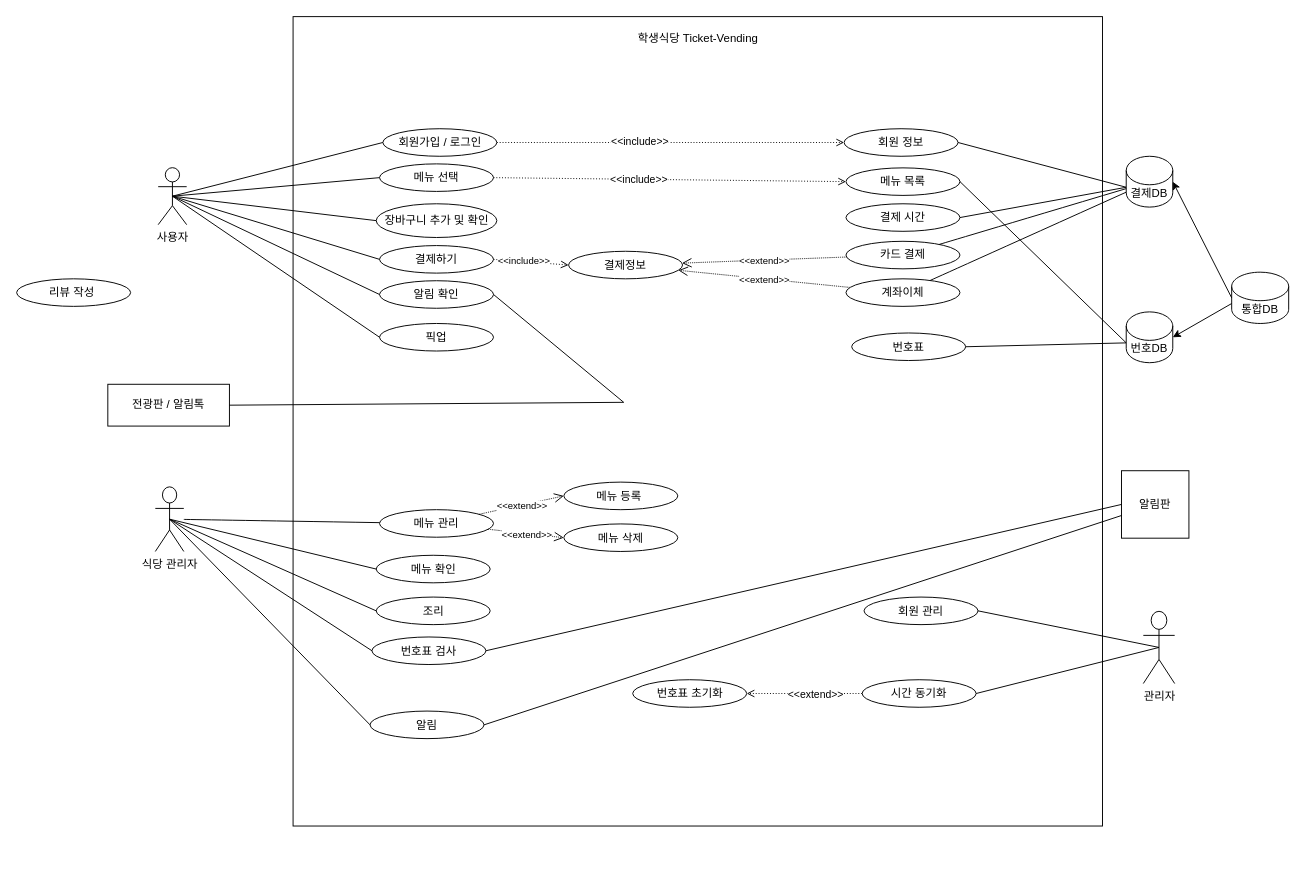
Earlier version of the draw.io diagram Student-cafeteria.drawio (four-idiots-team/student-cafteria-ticket-vending). Source tidied: cells renumbered, new cells numbered last; positions are measured from the earlier drawing's top-left corner, leaving out a move shared by most shapes. Both pictures are drawn from the tidied source at 95%, with x=0, y=0 at pixel (16, 16).
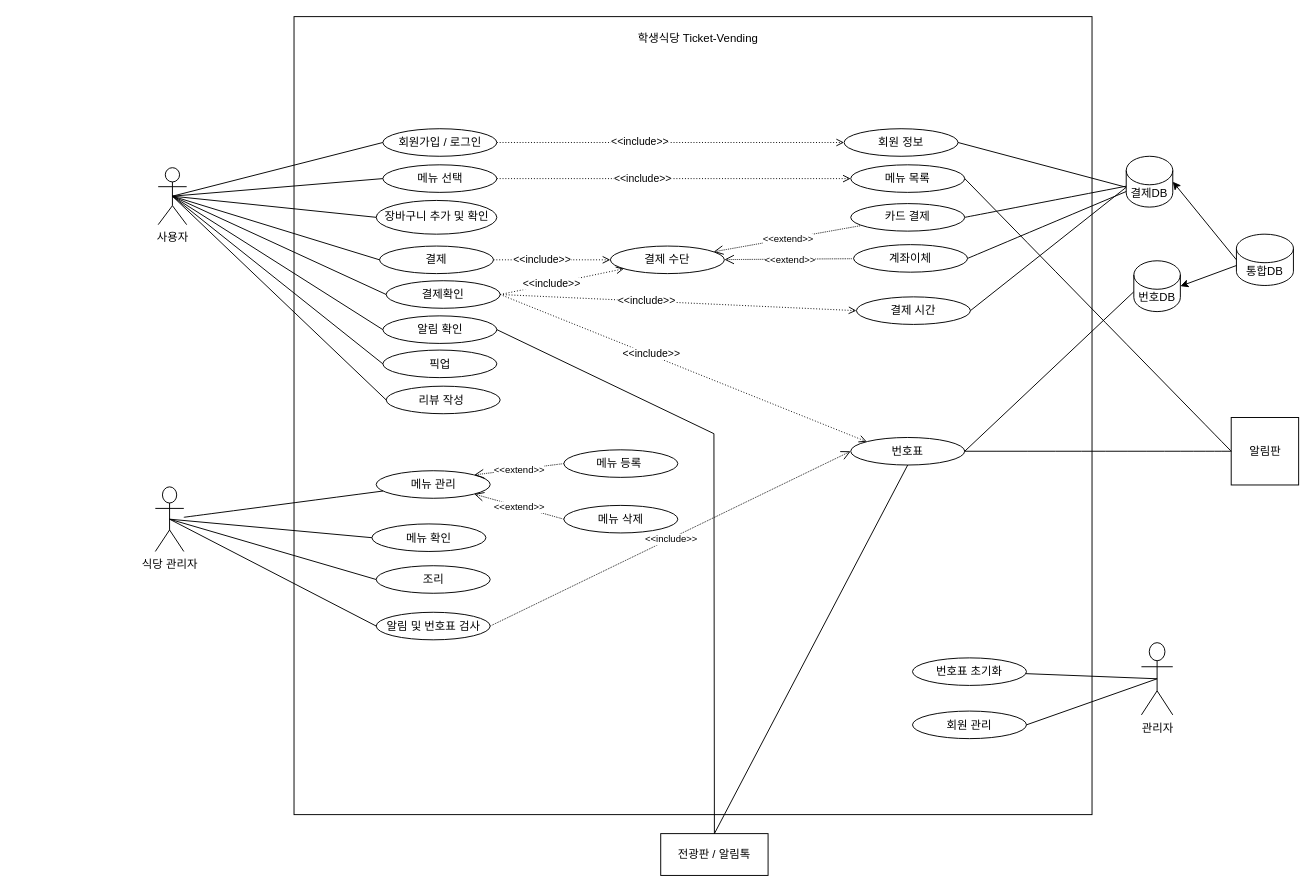
The same diagram, later.

The change refers to these unchanged cells:
```xml
<mxCell id="2" value="사용자" style="shape=umlActor;verticalLabelPosition=bottom;verticalAlign=top;html=1;outlineConnect=0;" parent="1" vertex="1">
  <mxGeometry x="149" y="159" width="30" height="60" as="geometry" />
</mxCell>
<mxCell id="5" value="식당 관리자" style="shape=umlActor;verticalLabelPosition=bottom;verticalAlign=top;html=1;outlineConnect=0;" parent="1" vertex="1">
  <mxGeometry x="146" y="495" width="30" height="68" as="geometry" />
</mxCell>
<mxCell id="36" value="결제DB" style="shape=cylinder3;whiteSpace=wrap;html=1;boundedLbl=1;backgroundOutline=1;size=15;" parent="1" vertex="1">
  <mxGeometry x="1168" y="147" width="49" height="53.5" as="geometry" />
</mxCell>
```

Diff of the diagram source:
```diff
@@
     <mxCell id="3" style="whiteSpace=wrap;html=1;" parent="1" vertex="1">
-      <mxGeometry x="291" width="852" height="852" as="geometry" />
+      <mxGeometry x="292" width="840" height="840" as="geometry" />
     </mxCell>
@@
     <mxCell id="6" value="관리자" style="shape=umlActor;verticalLabelPosition=bottom;verticalAlign=top;html=1;outlineConnect=0;" parent="1" vertex="1">
-      <mxGeometry x="1186" y="626" width="33" height="76" as="geometry" />
+      <mxGeometry x="1184" y="659" width="33" height="76" as="geometry" />
     </mxCell>
     <mxCell id="7" value="메뉴 선택" style="ellipse;whiteSpace=wrap;html=1;" parent="1" vertex="1">
-      <mxGeometry x="382" y="155" width="120" height="29" as="geometry" />
+      <mxGeometry x="385.5" y="156" width="120" height="29" as="geometry" />
     </mxCell>
-    <mxCell id="8" value="결제하기" style="ellipse;whiteSpace=wrap;html=1;" parent="1" vertex="1">
-      <mxGeometry x="382" y="241" width="120" height="29" as="geometry" />
+    <mxCell id="8" value="결제" style="ellipse;whiteSpace=wrap;html=1;" parent="1" vertex="1">
+      <mxGeometry x="382" y="241.5" width="120" height="29" as="geometry" />
     </mxCell>
@@
     <mxCell id="10" value="조리" style="ellipse;whiteSpace=wrap;html=1;" parent="1" vertex="1">
-      <mxGeometry x="378.5" y="611" width="120" height="29" as="geometry" />
+      <mxGeometry x="378.5" y="578" width="120" height="29" as="geometry" />
     </mxCell>
-    <mxCell id="11" value="번호표 검사" style="ellipse;whiteSpace=wrap;html=1;" parent="1" vertex="1">
-      <mxGeometry x="374" y="653" width="120" height="29" as="geometry" />
+    <mxCell id="11" value="알림 및 번호표 검사" style="ellipse;whiteSpace=wrap;html=1;" parent="1" vertex="1">
+      <mxGeometry x="378.5" y="627" width="120" height="29" as="geometry" />
     </mxCell>
     <mxCell id="12" value="메뉴 확인" style="ellipse;whiteSpace=wrap;html=1;" parent="1" vertex="1">
-      <mxGeometry x="378.5" y="567" width="120" height="29" as="geometry" />
+      <mxGeometry x="374" y="534" width="120" height="29" as="geometry" />
     </mxCell>
-    <mxCell id="13" value="알림" style="ellipse;whiteSpace=wrap;html=1;" parent="1" vertex="1">
-      <mxGeometry x="372" y="731" width="120" height="29" as="geometry" />
-    </mxCell>
     <mxCell id="14" value="알림 확인" style="ellipse;whiteSpace=wrap;html=1;" parent="1" vertex="1">
-      <mxGeometry x="382" y="278" width="120" height="29" as="geometry" />
+      <mxGeometry x="385.5" y="315" width="120" height="29" as="geometry" />
     </mxCell>
-    <mxCell id="15" value="시간 동기화" style="ellipse;whiteSpace=wrap;html=1;" parent="1" vertex="1">
-      <mxGeometry x="890" y="698" width="120" height="29" as="geometry" />
-    </mxCell>
     <mxCell id="16" value="번호표 초기화" style="ellipse;whiteSpace=wrap;html=1;" parent="1" vertex="1">
-      <mxGeometry x="648.5" y="698" width="120" height="29" as="geometry" />
+      <mxGeometry x="943" y="675" width="120" height="29" as="geometry" />
     </mxCell>
     <mxCell id="17" value="회원 관리" style="ellipse;whiteSpace=wrap;html=1;" parent="1" vertex="1">
-      <mxGeometry x="892" y="611" width="120" height="29" as="geometry" />
+      <mxGeometry x="943" y="731" width="120" height="29" as="geometry" />
     </mxCell>
@@
     <mxCell id="19" value="번호표" style="ellipse;whiteSpace=wrap;html=1;" parent="1" vertex="1">
-      <mxGeometry x="879" y="333" width="120" height="29" as="geometry" />
+      <mxGeometry x="878" y="443" width="120" height="29" as="geometry" />
     </mxCell>
     <mxCell id="20" value="결제 시간" style="ellipse;whiteSpace=wrap;html=1;" parent="1" vertex="1">
-      <mxGeometry x="873" y="197" width="120" height="29" as="geometry" />
+      <mxGeometry x="884" y="295" width="120" height="29" as="geometry" />
     </mxCell>
     <mxCell id="21" value="메뉴 목록" style="ellipse;whiteSpace=wrap;html=1;" parent="1" vertex="1">
-      <mxGeometry x="873" y="159.2" width="120" height="29" as="geometry" />
+      <mxGeometry x="878" y="156" width="120" height="29" as="geometry" />
     </mxCell>
-    <mxCell id="22" value="결제정보" style="ellipse;whiteSpace=wrap;html=1;" parent="1" vertex="1">
-      <mxGeometry x="581" y="247" width="120" height="29" as="geometry" />
+    <mxCell id="22" value="결제 수단" style="ellipse;whiteSpace=wrap;html=1;" parent="1" vertex="1">
+      <mxGeometry x="625" y="241.5" width="120" height="29" as="geometry" />
     </mxCell>
@@
-    <mxCell id="31" style="endArrow=none;html=1;rounded=0;exitX=0.5;exitY=0.5;exitDx=0;exitDy=0;exitPerimeter=0;entryX=0;entryY=0.5;entryDx=0;entryDy=0;" parent="1" edge="1" source="5" target="13">
-      <mxGeometry relative="1" as="geometry" />
-    </mxCell>
@@
-    <mxCell id="33" style="endArrow=none;html=1;rounded=0;exitX=1;exitY=0.5;exitDx=0;exitDy=0;entryX=0;entryY=0;entryDx=0;entryDy=32.625;entryPerimeter=0;" parent="1" edge="1" source="21" target="45">
-      <mxGeometry relative="1" as="geometry" />
-    </mxCell>
@@
-    <mxCell id="38" style="endArrow=none;html=1;rounded=0;exitX=0.5;exitY=0.5;exitDx=0;exitDy=0;exitPerimeter=0;entryX=1;entryY=0.5;entryDx=0;entryDy=0;" parent="1" edge="1" source="6" target="15">
+    <mxCell id="38" style="endArrow=none;html=1;rounded=0;exitX=0.5;exitY=0.5;exitDx=0;exitDy=0;exitPerimeter=0;" parent="1" edge="1" source="6" target="16">
       <mxGeometry relative="1" as="geometry" />
     </mxCell>
@@
-    <mxCell id="43" style="endArrow=open;html=1;rounded=0;dashed=1;dashPattern=1 2;endFill=0;exitX=1;exitY=0.5;exitDx=0;exitDy=0;entryX=0;entryY=0.5;entryDx=0;entryDy=0;" parent="1" edge="1" source="8" target="22">
-      <mxGeometry relative="1" as="geometry" />
-    </mxCell>
-    <mxCell id="44" value="&amp;lt;&amp;lt;include&amp;gt;&amp;gt;" style="edgeLabel;html=1;align=center;verticalAlign=middle;fontSize=10;" parent="43" vertex="1">
-      <mxGeometry x="-0.18" y="1" relative="1" as="geometry" />
-    </mxCell>
     <mxCell id="45" value="번호DB" style="shape=cylinder3;whiteSpace=wrap;html=1;boundedLbl=1;backgroundOutline=1;size=15;" parent="1" vertex="1">
-      <mxGeometry x="1168" y="310.8" width="49" height="53.5" as="geometry" />
+      <mxGeometry x="1176" y="257" width="49" height="53.5" as="geometry" />
     </mxCell>
     <mxCell id="46" value="통합DB" style="shape=cylinder3;whiteSpace=wrap;html=1;boundedLbl=1;backgroundOutline=1;size=15;" parent="1" vertex="1">
-      <mxGeometry x="1279" y="269" width="60" height="54" as="geometry" />
+      <mxGeometry x="1284" y="229" width="60" height="54" as="geometry" />
     </mxCell>
-    <mxCell id="47" style="edgeStyle=orthogonalEdgeStyle;rounded=0;orthogonalLoop=1;jettySize=auto;html=1;exitX=0.5;exitY=1;exitDx=0;exitDy=0;" parent="1" edge="1" source="15" target="15">
-      <mxGeometry relative="1" as="geometry" />
+    <mxCell id="47" style="edgeStyle=orthogonalEdgeStyle;rounded=0;orthogonalLoop=1;jettySize=auto;html=1;exitX=0.5;exitY=1;exitDx=0;exitDy=0;" parent="1" edge="1">
+      <mxGeometry relative="1" as="geometry">
+        <mxPoint x="950" y="727" as="sourcePoint" />
+        <mxPoint x="950" y="727" as="targetPoint" />
+      </mxGeometry>
     </mxCell>
     <mxCell id="48" value="메뉴 등록&amp;nbsp;" style="ellipse;whiteSpace=wrap;html=1;" parent="1" vertex="1">
-      <mxGeometry x="576" y="490" width="120" height="29" as="geometry" />
+      <mxGeometry x="576" y="456" width="120" height="29" as="geometry" />
     </mxCell>
     <mxCell id="49" value="메뉴 삭제" style="ellipse;whiteSpace=wrap;html=1;" parent="1" vertex="1">
-      <mxGeometry x="576" y="534" width="120" height="29" as="geometry" />
+      <mxGeometry x="576" y="514.5" width="120" height="29" as="geometry" />
     </mxCell>
     <mxCell id="50" value="전광판 / 알림톡" style="rounded=0;whiteSpace=wrap;html=1;" parent="1" vertex="1">
-      <mxGeometry x="96" y="387" width="128" height="44" as="geometry" />
+      <mxGeometry x="678" y="860" width="113" height="44" as="geometry" />
     </mxCell>
@@
     <mxCell id="52" value="픽업" style="ellipse;whiteSpace=wrap;html=1;" parent="1" vertex="1">
-      <mxGeometry x="382" y="323" width="120" height="29" as="geometry" />
+      <mxGeometry x="385.5" y="351" width="120" height="29" as="geometry" />
     </mxCell>
     <mxCell id="53" value="리뷰 작성&amp;nbsp;" style="ellipse;whiteSpace=wrap;html=1;" parent="1" vertex="1">
-      <mxGeometry y="276" width="120" height="29" as="geometry" />
+      <mxGeometry x="389" y="389" width="120" height="29" as="geometry" />
     </mxCell>
@@
     <mxCell id="55" value="알림판" style="whiteSpace=wrap;html=1;" parent="1" vertex="1">
-      <mxGeometry x="1163" y="478" width="71" height="71" as="geometry" />
+      <mxGeometry x="1278.5" y="422" width="71" height="71" as="geometry" />
     </mxCell>
@@
-    <mxCell id="58" style="endArrow=none;html=1;rounded=0;entryX=1;entryY=0.5;entryDx=0;entryDy=0;exitX=1;exitY=0.5;exitDx=0;exitDy=0;" parent="1" edge="1" source="50" target="14">
+    <mxCell id="58" style="endArrow=none;html=1;rounded=0;entryX=1;entryY=0.5;entryDx=0;entryDy=0;exitX=0.5;exitY=0;exitDx=0;exitDy=0;" parent="1" edge="1" source="50" target="14">
       <mxGeometry relative="1" as="geometry">
         <Array as="points">
-          <mxPoint x="639" y="406" />
+          <mxPoint x="734" y="439" />
         </Array>
       </mxGeometry>
     </mxCell>
-    <mxCell id="59" style="endArrow=none;html=1;rounded=0;exitX=1;exitY=0.5;exitDx=0;exitDy=0;entryX=0;entryY=0.5;entryDx=0;entryDy=0;" parent="1" edge="1" source="11" target="55">
-      <mxGeometry relative="1" as="geometry" />
-    </mxCell>
-    <mxCell id="60" style="endArrow=none;html=1;rounded=0;exitX=1;exitY=0.5;exitDx=0;exitDy=0;" parent="1" edge="1" source="13" target="55">
-      <mxGeometry relative="1" as="geometry" />
-    </mxCell>
-    <mxCell id="61" style="endArrow=open;html=1;rounded=0;dashed=1;dashPattern=1 2;endFill=0;exitX=0;exitY=0.5;exitDx=0;exitDy=0;entryX=1;entryY=0.5;entryDx=0;entryDy=0;" parent="1" edge="1" source="15" target="16">
-      <mxGeometry relative="1" as="geometry" />
-    </mxCell>
-    <mxCell id="62" value="&amp;lt;&amp;lt;extend&amp;gt;&amp;gt;" style="edgeLabel;html=1;align=center;verticalAlign=middle;" parent="61" vertex="1">
-      <mxGeometry x="-0.18" y="1" relative="1" as="geometry" />
-    </mxCell>
     <mxCell id="63" value="장바구니 추가 및 확인" style="ellipse;whiteSpace=wrap;html=1;" parent="1" vertex="1">
-      <mxGeometry x="378.5" y="197" width="127" height="35.5" as="geometry" />
+      <mxGeometry x="378.5" y="193.5" width="127" height="35.5" as="geometry" />
     </mxCell>
@@
     <mxCell id="67" value="계좌이체" style="ellipse;whiteSpace=wrap;html=1;" parent="1" vertex="1">
-      <mxGeometry x="873" y="276" width="120" height="29" as="geometry" />
+      <mxGeometry x="881" y="240" width="120" height="29" as="geometry" />
     </mxCell>
@@
     <mxCell id="70" value="카드 결제" style="ellipse;whiteSpace=wrap;html=1;" parent="1" vertex="1">
-      <mxGeometry x="873" y="236.5" width="120" height="29" as="geometry" />
+      <mxGeometry x="878" y="196.8" width="120" height="29" as="geometry" />
     </mxCell>
@@
-    <mxCell id="72" style="endArrow=none;html=1;rounded=0;fontSize=12;startSize=8;endSize=8;curved=1;" parent="1" edge="1" source="67" target="36">
+    <mxCell id="72" style="endArrow=none;html=1;rounded=0;fontSize=12;startSize=8;endSize=8;curved=1;exitX=1;exitY=0.5;exitDx=0;exitDy=0;" parent="1" edge="1" source="67" target="36">
       <mxGeometry relative="1" as="geometry" />
     </mxCell>
-    <mxCell id="73" style="endArrow=none;html=1;rounded=0;fontSize=12;startSize=8;endSize=8;curved=1;" parent="1" edge="1" source="70" target="36">
+    <mxCell id="73" style="endArrow=none;html=1;rounded=0;fontSize=12;startSize=8;endSize=8;curved=1;exitX=1;exitY=0.5;exitDx=0;exitDy=0;" parent="1" edge="1" source="70" target="36">
       <mxGeometry relative="1" as="geometry" />
     </mxCell>
     <mxCell id="74" value="메뉴 관리" style="ellipse;whiteSpace=wrap;html=1;" parent="1" vertex="1">
-      <mxGeometry x="382" y="519" width="120" height="29" as="geometry" />
+      <mxGeometry x="378.5" y="478" width="120" height="29" as="geometry" />
     </mxCell>
@@
-    <mxCell id="76" style="endArrow=open;html=1;rounded=0;fontSize=12;startSize=8;endSize=8;curved=1;dashed=1;dashPattern=1 1;endFill=0;entryX=0;entryY=0.5;entryDx=0;entryDy=0;" parent="1" edge="1" source="74" target="48">
-      <mxGeometry relative="1" as="geometry" />
-    </mxCell>
-    <mxCell id="77" value="&amp;lt;&amp;lt;extend&amp;gt;&amp;gt;" style="edgeLabel;html=1;fontSize=10;align=center;verticalAlign=middle;" parent="76" vertex="1">
-      <mxGeometry relative="1" as="geometry" />
-    </mxCell>
-    <mxCell id="78" style="endArrow=open;html=1;rounded=0;fontSize=12;startSize=8;endSize=8;curved=1;dashed=1;dashPattern=1 1;endFill=0;entryX=0;entryY=0.5;entryDx=0;entryDy=0;" parent="1" edge="1" source="74" target="49">
+    <mxCell id="78" style="endArrow=open;html=1;rounded=0;fontSize=12;startSize=8;endSize=8;curved=1;dashed=1;dashPattern=1 1;endFill=0;entryX=1;entryY=0;entryDx=0;entryDy=0;exitX=0;exitY=0.5;exitDx=0;exitDy=0;" parent="1" edge="1" source="48" target="74">
       <mxGeometry relative="1" as="geometry" />
     </mxCell>
@@
+    <mxCell id="81" style="endArrow=open;html=1;rounded=0;fontSize=12;startSize=8;endSize=8;curved=1;dashed=1;dashPattern=1 1;endFill=0;entryX=1;entryY=1;entryDx=0;entryDy=0;exitX=0;exitY=0.5;exitDx=0;exitDy=0;" parent="1" edge="1" source="49" target="74">
+      <mxGeometry relative="1" as="geometry" />
+    </mxCell>
+    <mxCell id="77" value="&amp;lt;&amp;lt;extend&amp;gt;&amp;gt;" style="edgeLabel;html=1;fontSize=10;align=center;verticalAlign=middle;" parent="81" vertex="1">
+      <mxGeometry relative="1" as="geometry" />
+    </mxCell>
+    <mxCell id="82" style="endArrow=open;html=1;rounded=0;fontSize=12;startSize=8;endSize=8;curved=1;dashed=1;dashPattern=1 1;endFill=0;entryX=0;entryY=0.5;entryDx=0;entryDy=0;exitX=1;exitY=0.5;exitDx=0;exitDy=0;" parent="1" edge="1" source="11" target="19">
+      <mxGeometry relative="1" as="geometry" />
+    </mxCell>
+    <mxCell id="83" value="&amp;lt;&amp;lt;include&amp;gt;&amp;gt;" style="edgeLabel;html=1;fontSize=10;align=center;verticalAlign=middle;" parent="82" vertex="1">
+      <mxGeometry relative="1" as="geometry" />
+    </mxCell>
+    <mxCell id="84" style="endArrow=none;html=1;rounded=0;fontSize=12;startSize=8;endSize=8;curved=1;exitX=0;exitY=0.5;exitDx=0;exitDy=0;entryX=1;entryY=0.5;entryDx=0;entryDy=0;" parent="1" edge="1" source="55" target="19">
+      <mxGeometry relative="1" as="geometry" />
+    </mxCell>
+    <mxCell id="85" style="edgeStyle=none;curved=1;rounded=0;orthogonalLoop=1;jettySize=auto;html=1;entryX=1;entryY=0.5;entryDx=0;entryDy=0;fontSize=12;startSize=8;endSize=8;" parent="1" edge="1" source="3" target="3">
+      <mxGeometry relative="1" as="geometry" />
+    </mxCell>
+    <mxCell id="86" style="edgeStyle=none;curved=1;rounded=0;orthogonalLoop=1;jettySize=auto;html=1;exitX=0.5;exitY=1;exitDx=0;exitDy=0;fontSize=12;startSize=8;endSize=8;" parent="1" edge="1" source="12" target="12">
+      <mxGeometry relative="1" as="geometry" />
+    </mxCell>
+    <mxCell id="43" style="endArrow=open;html=1;rounded=0;dashed=1;dashPattern=1 2;endFill=0;exitX=1;exitY=0.5;exitDx=0;exitDy=0;" parent="1" edge="1" source="8" target="22">
+      <mxGeometry relative="1" as="geometry" />
+    </mxCell>
+    <mxCell id="87" value="&amp;lt;&amp;lt;include&amp;gt;&amp;gt;" style="edgeLabel;html=1;align=center;verticalAlign=middle;" parent="43" vertex="1">
+      <mxGeometry x="-0.18" y="1" relative="1" as="geometry" />
+    </mxCell>
+    <mxCell id="88" value="결제확인" style="ellipse;whiteSpace=wrap;html=1;" parent="1" vertex="1">
+      <mxGeometry x="389" y="278" width="120" height="29" as="geometry" />
+    </mxCell>
+    <mxCell id="89" style="endArrow=none;html=1;rounded=0;exitX=0.5;exitY=0.5;exitDx=0;exitDy=0;exitPerimeter=0;entryX=0;entryY=0.5;entryDx=0;entryDy=0;" parent="1" edge="1" source="2" target="88">
+      <mxGeometry relative="1" as="geometry" />
+    </mxCell>
+    <mxCell id="90" style="endArrow=open;html=1;rounded=0;dashed=1;dashPattern=1 2;endFill=0;exitX=1;exitY=0.5;exitDx=0;exitDy=0;entryX=0;entryY=0.5;entryDx=0;entryDy=0;" parent="1" edge="1" source="88" target="20">
+      <mxGeometry relative="1" as="geometry" />
+    </mxCell>
+    <mxCell id="91" value="&amp;lt;&amp;lt;include&amp;gt;&amp;gt;" style="edgeLabel;html=1;align=center;verticalAlign=middle;" parent="90" vertex="1">
+      <mxGeometry x="-0.18" y="1" relative="1" as="geometry" />
+    </mxCell>
+    <mxCell id="92" style="endArrow=open;html=1;rounded=0;dashed=1;dashPattern=1 2;endFill=0;exitX=1;exitY=0.5;exitDx=0;exitDy=0;" parent="1" edge="1" source="88" target="22">
+      <mxGeometry relative="1" as="geometry" />
+    </mxCell>
+    <mxCell id="93" value="&amp;lt;&amp;lt;include&amp;gt;&amp;gt;" style="edgeLabel;html=1;align=center;verticalAlign=middle;" parent="92" vertex="1">
+      <mxGeometry x="-0.18" y="1" relative="1" as="geometry" />
+    </mxCell>
+    <mxCell id="94" style="edgeStyle=none;curved=1;rounded=0;orthogonalLoop=1;jettySize=auto;html=1;exitX=0.5;exitY=1;exitDx=0;exitDy=0;fontSize=12;startSize=8;endSize=8;" parent="1" edge="1" source="22" target="22">
+      <mxGeometry relative="1" as="geometry" />
+    </mxCell>
+    <mxCell id="95" style="endArrow=none;html=1;rounded=0;fontSize=12;startSize=8;endSize=8;curved=1;entryX=1;entryY=0.5;entryDx=0;entryDy=0;exitX=0;exitY=0.5;exitDx=0;exitDy=0;" parent="1" edge="1" source="55" target="21">
+      <mxGeometry relative="1" as="geometry" />
+    </mxCell>
+    <mxCell id="96" style="edgeStyle=orthogonalEdgeStyle;rounded=0;orthogonalLoop=1;jettySize=auto;html=1;exitX=0.5;exitY=1;exitDx=0;exitDy=0;" parent="1" edge="1" source="20" target="20">
+      <mxGeometry relative="1" as="geometry" />
+    </mxCell>
+    <mxCell id="97" style="endArrow=open;html=1;rounded=0;dashed=1;dashPattern=1 2;endFill=0;exitX=1;exitY=0.5;exitDx=0;exitDy=0;entryX=0;entryY=0;entryDx=0;entryDy=0;" parent="1" edge="1" source="88" target="19">
+      <mxGeometry relative="1" as="geometry" />
+    </mxCell>
+    <mxCell id="98" value="&amp;lt;&amp;lt;include&amp;gt;&amp;gt;" style="edgeLabel;html=1;align=center;verticalAlign=middle;" parent="97" vertex="1">
+      <mxGeometry x="-0.18" y="1" relative="1" as="geometry" />
+    </mxCell>
+    <mxCell id="99" style="endArrow=none;html=1;rounded=0;exitX=0.5;exitY=0;exitDx=0;exitDy=0;entryX=0.5;entryY=1;entryDx=0;entryDy=0;" parent="1" edge="1" source="50" target="19">
+      <mxGeometry relative="1" as="geometry" />
+    </mxCell>
+    <mxCell id="100" style="endArrow=none;html=1;rounded=0;exitX=0.5;exitY=0.5;exitDx=0;exitDy=0;exitPerimeter=0;entryX=0;entryY=0.5;entryDx=0;entryDy=0;" parent="1" edge="1" source="2" target="53">
+      <mxGeometry relative="1" as="geometry" />
+    </mxCell>
```
